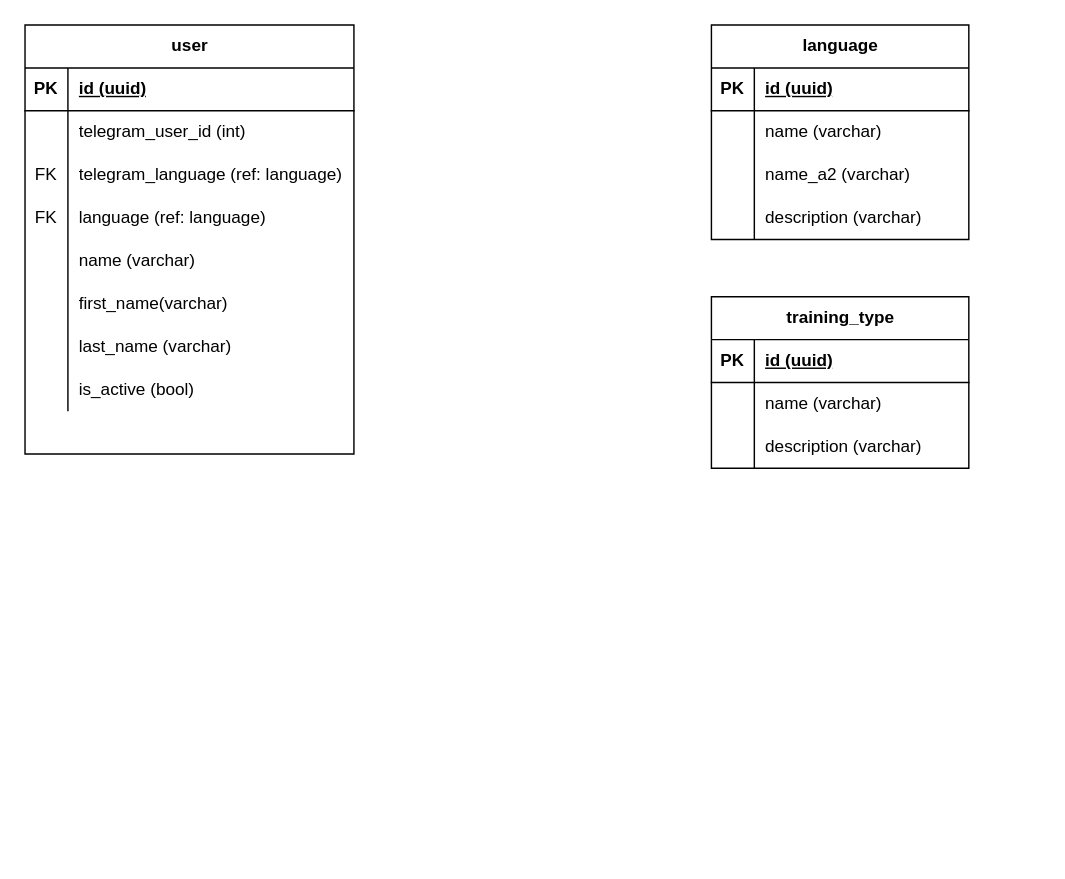
This is Диаграмма без названия.drawio from essayNEXT/blue, a draw.io file, before an edit. Source tidied: cells renumbered, new cells numbered last; positions are measured from the earlier drawing's top-left corner, leaving out a move shared by most shapes. Both pictures are drawn from the tidied source at 143%, with x=0, y=0 at pixel (24, 24).
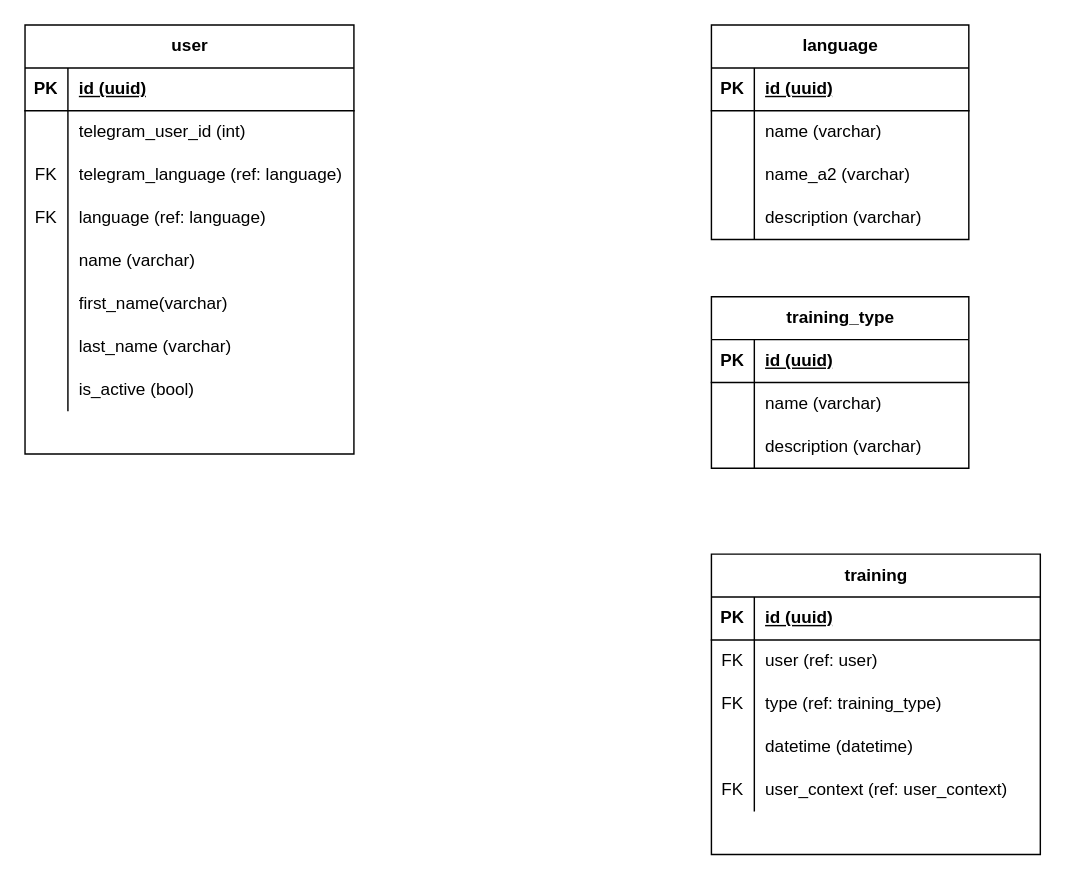
After the change.

Diff of the diagram source:
```diff
@@
+    <mxCell id="50" value="training" style="shape=table;startSize=30;childLayout=tableLayout;rowLines=0;fontStyle=1;align=center;html=1;" parent="1" vertex="1">
+      <mxGeometry x="480" y="370" width="230" height="210" as="geometry" />
+    </mxCell>
+    <mxCell id="51" style="shape=tableRow;horizontal=0;startSize=0;swimlaneHead=0;swimlaneBody=0;fillColor=none;top=0;left=0;right=0;bottom=1;" parent="50" vertex="1">
+      <mxGeometry y="30" width="230" height="30" as="geometry" />
+    </mxCell>
+    <mxCell id="52" value="PK" style="shape=partialRectangle;fillColor=none;top=0;left=0;bottom=0;right=0;fontStyle=1;overflow=hidden;whiteSpace=wrap;html=1;" parent="51" vertex="1">
+      <mxGeometry width="30" height="30" as="geometry" />
+    </mxCell>
+    <mxCell id="53" value="id (uuid)" style="shape=partialRectangle;fillColor=none;top=0;left=0;bottom=0;right=0;align=left;spacingLeft=6;fontStyle=5;overflow=hidden;whiteSpace=wrap;html=1;" parent="51" vertex="1">
+      <mxGeometry x="30" width="200" height="30" as="geometry" />
+    </mxCell>
+    <mxCell id="54" style="shape=tableRow;horizontal=0;startSize=0;swimlaneHead=0;swimlaneBody=0;fillColor=none;top=0;left=0;right=0;bottom=0;" parent="50" vertex="1">
+      <mxGeometry y="60" width="230" height="30" as="geometry" />
+    </mxCell>
+    <mxCell id="55" value="FK" style="shape=partialRectangle;fillColor=none;top=0;left=0;bottom=0;right=0;overflow=hidden;whiteSpace=wrap;html=1;" parent="54" vertex="1">
+      <mxGeometry width="30" height="30" as="geometry" />
+    </mxCell>
+    <mxCell id="56" value="user (ref: user)" style="shape=partialRectangle;fillColor=none;top=0;left=0;bottom=0;right=0;align=left;spacingLeft=6;overflow=hidden;whiteSpace=wrap;html=1;" parent="54" vertex="1">
+      <mxGeometry x="30" width="200" height="30" as="geometry" />
+    </mxCell>
+    <mxCell id="57" style="shape=tableRow;horizontal=0;startSize=0;swimlaneHead=0;swimlaneBody=0;fillColor=none;top=0;left=0;right=0;bottom=0;" parent="50" vertex="1">
+      <mxGeometry y="90" width="230" height="30" as="geometry" />
+    </mxCell>
+    <mxCell id="58" value="FK" style="shape=partialRectangle;fillColor=none;top=0;left=0;bottom=0;right=0;overflow=hidden;whiteSpace=wrap;html=1;" parent="57" vertex="1">
+      <mxGeometry width="30" height="30" as="geometry" />
+    </mxCell>
+    <mxCell id="59" value="type (ref: training_type)" style="shape=partialRectangle;fillColor=none;top=0;left=0;bottom=0;right=0;align=left;spacingLeft=6;overflow=hidden;whiteSpace=wrap;html=1;" parent="57" vertex="1">
+      <mxGeometry x="30" width="200" height="30" as="geometry" />
+    </mxCell>
+    <mxCell id="60" style="shape=tableRow;horizontal=0;startSize=0;swimlaneHead=0;swimlaneBody=0;fillColor=none;top=0;left=0;right=0;bottom=0;" parent="50" vertex="1">
+      <mxGeometry y="120" width="230" height="30" as="geometry" />
+    </mxCell>
+    <mxCell id="61" style="shape=partialRectangle;fillColor=none;top=0;left=0;bottom=0;right=0;overflow=hidden;whiteSpace=wrap;html=1;" parent="60" vertex="1">
+      <mxGeometry width="30" height="30" as="geometry" />
+    </mxCell>
+    <mxCell id="62" value="datetime (datetime)" style="shape=partialRectangle;fillColor=none;top=0;left=0;bottom=0;right=0;align=left;spacingLeft=6;overflow=hidden;whiteSpace=wrap;html=1;" parent="60" vertex="1">
+      <mxGeometry x="30" width="200" height="30" as="geometry" />
+    </mxCell>
+    <mxCell id="63" style="shape=tableRow;horizontal=0;startSize=0;swimlaneHead=0;swimlaneBody=0;fillColor=none;top=0;left=0;right=0;bottom=0;" parent="50" vertex="1">
+      <mxGeometry y="150" width="230" height="30" as="geometry" />
+    </mxCell>
+    <mxCell id="64" value="FK" style="shape=partialRectangle;fillColor=none;top=0;left=0;bottom=0;right=0;overflow=hidden;whiteSpace=wrap;html=1;" parent="63" vertex="1">
+      <mxGeometry width="30" height="30" as="geometry" />
+    </mxCell>
+    <mxCell id="65" value="user_context (ref: user_context)" style="shape=partialRectangle;fillColor=none;top=0;left=0;bottom=0;right=0;align=left;spacingLeft=6;overflow=hidden;whiteSpace=wrap;html=1;" parent="63" vertex="1">
+      <mxGeometry x="30" width="200" height="30" as="geometry" />
+    </mxCell>
```
